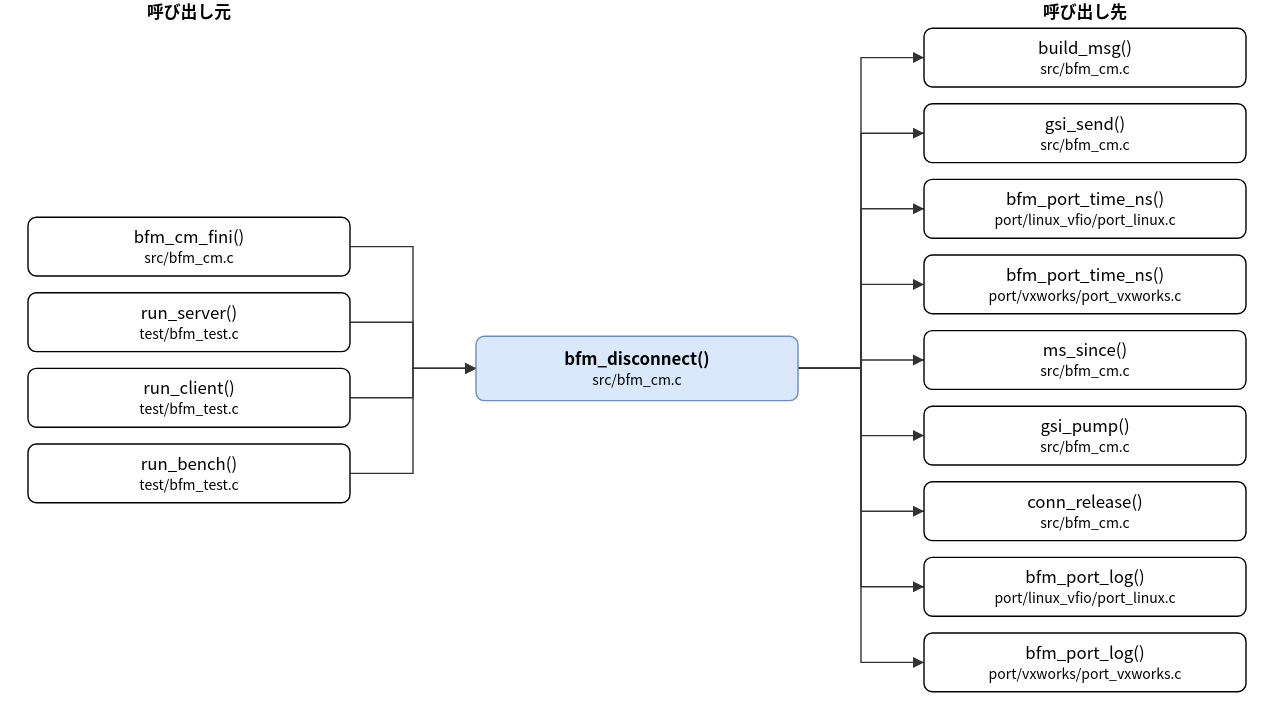
Before: doc/spec/images/call_src_bfm_cm-bfm_disconnect.drawio.svg, a diagram exported from draw.io (hf355051012-ai/bfmem). Source tidied: cells renumbered, new cells last; positions are measured from the earlier drawing's top-left corner, leaving out a move shared by most shapes.
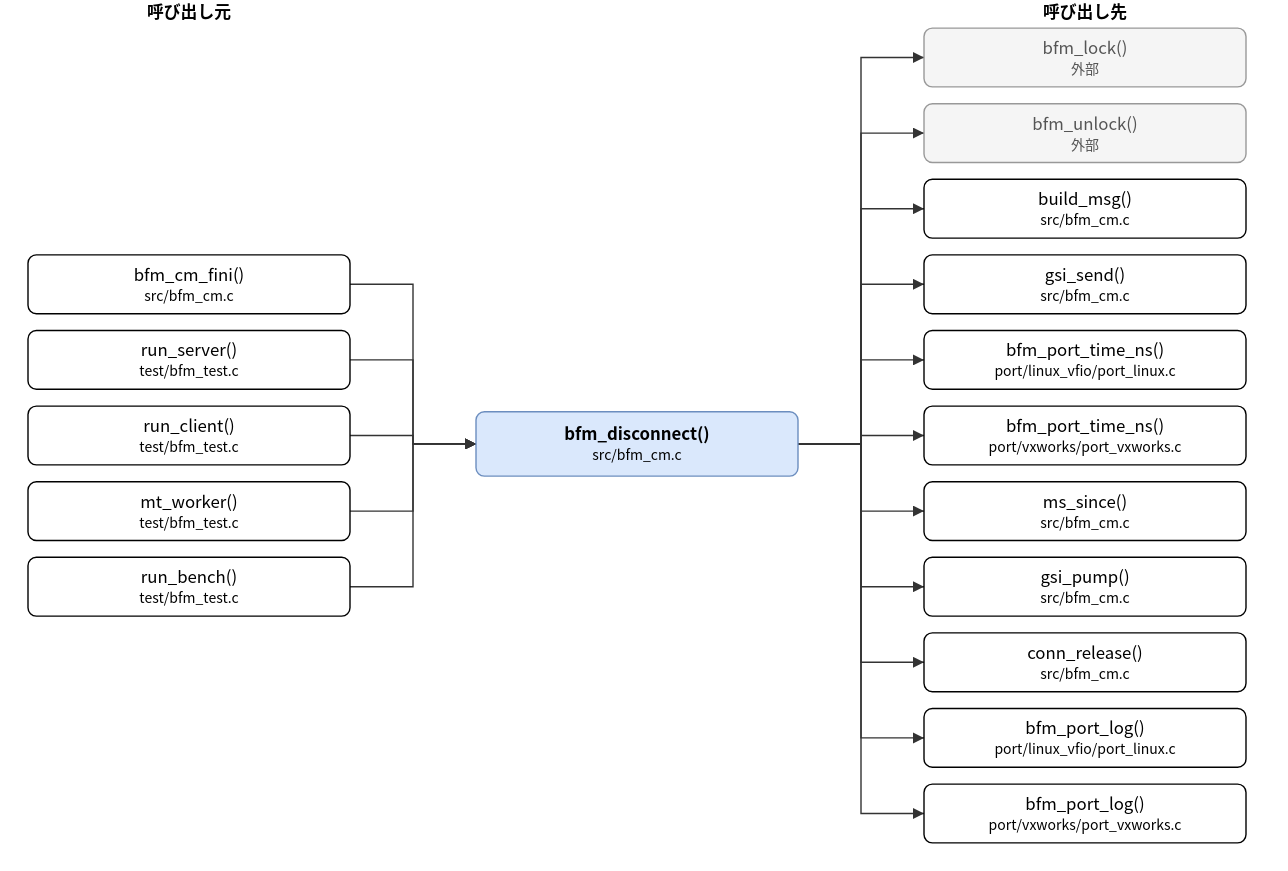
The same diagram one commit later.

The edit, as a diff of the source:
```diff
@@ -3,151 +3,184 @@
     <mxCell id="0" />
     <mxCell id="1" parent="0" />
     <mxCell id="2" value="bfm_disconnect()&lt;br&gt;&lt;font style=&quot;font-size:10px&quot;&gt;src/bfm_cm.c&lt;/font&gt;" style="rounded=1;whiteSpace=wrap;html=1;fillColor=#dae8fc;strokeColor=#6c8ebf;fontStyle=1;" parent="1" vertex="1">
-      <mxGeometry x="320" y="240" width="230" height="46" as="geometry" />
+      <mxGeometry x="320" y="294" width="230" height="46" as="geometry" />
     </mxCell>
     <mxCell id="3" value="bfm_cm_fini()&lt;br&gt;&lt;font style=&quot;font-size:10px&quot;&gt;src/bfm_cm.c&lt;/font&gt;" style="rounded=1;whiteSpace=wrap;html=1;" parent="1" vertex="1">
-      <mxGeometry y="155" width="230" height="42" as="geometry" />
+      <mxGeometry y="182" width="230" height="42" as="geometry" />
     </mxCell>
     <mxCell id="4" value="run_server()&lt;br&gt;&lt;font style=&quot;font-size:10px&quot;&gt;test/bfm_test.c&lt;/font&gt;" style="rounded=1;whiteSpace=wrap;html=1;" parent="1" vertex="1">
-      <mxGeometry y="209" width="230" height="42" as="geometry" />
+      <mxGeometry y="236" width="230" height="42" as="geometry" />
     </mxCell>
     <mxCell id="5" value="run_client()&lt;br&gt;&lt;font style=&quot;font-size:10px&quot;&gt;test/bfm_test.c&lt;/font&gt;" style="rounded=1;whiteSpace=wrap;html=1;" parent="1" vertex="1">
-      <mxGeometry y="263" width="230" height="42" as="geometry" />
+      <mxGeometry y="290" width="230" height="42" as="geometry" />
     </mxCell>
-    <mxCell id="6" value="run_bench()&lt;br&gt;&lt;font style=&quot;font-size:10px&quot;&gt;test/bfm_test.c&lt;/font&gt;" style="rounded=1;whiteSpace=wrap;html=1;" parent="1" vertex="1">
-      <mxGeometry y="317" width="230" height="42" as="geometry" />
+    <mxCell id="6" value="mt_worker()&lt;br&gt;&lt;font style=&quot;font-size:10px&quot;&gt;test/bfm_test.c&lt;/font&gt;" style="rounded=1;whiteSpace=wrap;html=1;" parent="1" vertex="1">
+      <mxGeometry y="344" width="230" height="42" as="geometry" />
     </mxCell>
+    <mxCell id="31" value="run_bench()&lt;br&gt;&lt;font style=&quot;font-size:10px&quot;&gt;test/bfm_test.c&lt;/font&gt;" style="rounded=1;whiteSpace=wrap;html=1;" parent="1" vertex="1">
+      <mxGeometry y="398" width="230" height="42" as="geometry" />
+    </mxCell>
-    <mxCell id="7" value="build_msg()&lt;br&gt;&lt;font style=&quot;font-size:10px&quot;&gt;src/bfm_cm.c&lt;/font&gt;" style="rounded=1;whiteSpace=wrap;html=1;" parent="1" vertex="1">
+    <mxCell id="7" value="bfm_lock()&lt;br&gt;&lt;font style=&quot;font-size:10px&quot;&gt;外部&lt;/font&gt;" style="rounded=1;whiteSpace=wrap;html=1;fillColor=#f5f5f5;strokeColor=#999999;fontColor=#555555;" parent="1" vertex="1">
       <mxGeometry x="640" y="20" width="230" height="42" as="geometry" />
     </mxCell>
-    <mxCell id="8" value="gsi_send()&lt;br&gt;&lt;font style=&quot;font-size:10px&quot;&gt;src/bfm_cm.c&lt;/font&gt;" style="rounded=1;whiteSpace=wrap;html=1;" parent="1" vertex="1">
+    <mxCell id="8" value="bfm_unlock()&lt;br&gt;&lt;font style=&quot;font-size:10px&quot;&gt;外部&lt;/font&gt;" style="rounded=1;whiteSpace=wrap;html=1;fillColor=#f5f5f5;strokeColor=#999999;fontColor=#555555;" parent="1" vertex="1">
       <mxGeometry x="640" y="74" width="230" height="42" as="geometry" />
     </mxCell>
-    <mxCell id="9" value="bfm_port_time_ns()&lt;br&gt;&lt;font style=&quot;font-size:10px&quot;&gt;port/linux_vfio/port_linux.c&lt;/font&gt;" style="rounded=1;whiteSpace=wrap;html=1;" parent="1" vertex="1">
+    <mxCell id="9" value="build_msg()&lt;br&gt;&lt;font style=&quot;font-size:10px&quot;&gt;src/bfm_cm.c&lt;/font&gt;" style="rounded=1;whiteSpace=wrap;html=1;" parent="1" vertex="1">
       <mxGeometry x="640" y="128" width="230" height="42" as="geometry" />
     </mxCell>
-    <mxCell id="10" value="bfm_port_time_ns()&lt;br&gt;&lt;font style=&quot;font-size:10px&quot;&gt;port/vxworks/port_vxworks.c&lt;/font&gt;" style="rounded=1;whiteSpace=wrap;html=1;" parent="1" vertex="1">
+    <mxCell id="10" value="gsi_send()&lt;br&gt;&lt;font style=&quot;font-size:10px&quot;&gt;src/bfm_cm.c&lt;/font&gt;" style="rounded=1;whiteSpace=wrap;html=1;" parent="1" vertex="1">
       <mxGeometry x="640" y="182" width="230" height="42" as="geometry" />
     </mxCell>
-    <mxCell id="11" value="ms_since()&lt;br&gt;&lt;font style=&quot;font-size:10px&quot;&gt;src/bfm_cm.c&lt;/font&gt;" style="rounded=1;whiteSpace=wrap;html=1;" parent="1" vertex="1">
+    <mxCell id="11" value="bfm_port_time_ns()&lt;br&gt;&lt;font style=&quot;font-size:10px&quot;&gt;port/linux_vfio/port_linux.c&lt;/font&gt;" style="rounded=1;whiteSpace=wrap;html=1;" parent="1" vertex="1">
       <mxGeometry x="640" y="236" width="230" height="42" as="geometry" />
     </mxCell>
-    <mxCell id="12" value="gsi_pump()&lt;br&gt;&lt;font style=&quot;font-size:10px&quot;&gt;src/bfm_cm.c&lt;/font&gt;" style="rounded=1;whiteSpace=wrap;html=1;" parent="1" vertex="1">
+    <mxCell id="12" value="bfm_port_time_ns()&lt;br&gt;&lt;font style=&quot;font-size:10px&quot;&gt;port/vxworks/port_vxworks.c&lt;/font&gt;" style="rounded=1;whiteSpace=wrap;html=1;" parent="1" vertex="1">
       <mxGeometry x="640" y="290" width="230" height="42" as="geometry" />
     </mxCell>
-    <mxCell id="13" value="conn_release()&lt;br&gt;&lt;font style=&quot;font-size:10px&quot;&gt;src/bfm_cm.c&lt;/font&gt;" style="rounded=1;whiteSpace=wrap;html=1;" parent="1" vertex="1">
+    <mxCell id="13" value="ms_since()&lt;br&gt;&lt;font style=&quot;font-size:10px&quot;&gt;src/bfm_cm.c&lt;/font&gt;" style="rounded=1;whiteSpace=wrap;html=1;" parent="1" vertex="1">
       <mxGeometry x="640" y="344" width="230" height="42" as="geometry" />
     </mxCell>
-    <mxCell id="14" value="bfm_port_log()&lt;br&gt;&lt;font style=&quot;font-size:10px&quot;&gt;port/linux_vfio/port_linux.c&lt;/font&gt;" style="rounded=1;whiteSpace=wrap;html=1;" parent="1" vertex="1">
+    <mxCell id="14" value="gsi_pump()&lt;br&gt;&lt;font style=&quot;font-size:10px&quot;&gt;src/bfm_cm.c&lt;/font&gt;" style="rounded=1;whiteSpace=wrap;html=1;" parent="1" vertex="1">
       <mxGeometry x="640" y="398" width="230" height="42" as="geometry" />
     </mxCell>
-    <mxCell id="15" value="bfm_port_log()&lt;br&gt;&lt;font style=&quot;font-size:10px&quot;&gt;port/vxworks/port_vxworks.c&lt;/font&gt;" style="rounded=1;whiteSpace=wrap;html=1;" parent="1" vertex="1">
+    <mxCell id="15" value="conn_release()&lt;br&gt;&lt;font style=&quot;font-size:10px&quot;&gt;src/bfm_cm.c&lt;/font&gt;" style="rounded=1;whiteSpace=wrap;html=1;" parent="1" vertex="1">
       <mxGeometry x="640" y="452" width="230" height="42" as="geometry" />
     </mxCell>
+    <mxCell id="32" value="bfm_port_log()&lt;br&gt;&lt;font style=&quot;font-size:10px&quot;&gt;port/linux_vfio/port_linux.c&lt;/font&gt;" style="rounded=1;whiteSpace=wrap;html=1;" parent="1" vertex="1">
+      <mxGeometry x="640" y="506" width="230" height="42" as="geometry" />
+    </mxCell>
+    <mxCell id="33" value="bfm_port_log()&lt;br&gt;&lt;font style=&quot;font-size:10px&quot;&gt;port/vxworks/port_vxworks.c&lt;/font&gt;" style="rounded=1;whiteSpace=wrap;html=1;" parent="1" vertex="1">
+      <mxGeometry x="640" y="560" width="230" height="42" as="geometry" />
+    </mxCell>
     <mxCell id="16" style="edgeStyle=none;html=1;rounded=0;endArrow=block;endFill=1;exitX=1.0000;exitY=0.5000;exitDx=0;exitDy=0;exitPerimeter=0;entryX=0.0000;entryY=0.5000;entryDx=0;entryDy=0;entryPerimeter=0;" parent="1" edge="1" source="3" target="2">
       <mxGeometry relative="1" as="geometry">
         <Array as="points">
-          <mxPoint x="275" y="176" />
-          <mxPoint x="275" y="263" />
+          <mxPoint x="275" y="203" />
+          <mxPoint x="275" y="317" />
         </Array>
       </mxGeometry>
     </mxCell>
     <mxCell id="17" style="edgeStyle=none;html=1;rounded=0;endArrow=block;endFill=1;exitX=1.0000;exitY=0.5000;exitDx=0;exitDy=0;exitPerimeter=0;entryX=0.0000;entryY=0.5000;entryDx=0;entryDy=0;entryPerimeter=0;" parent="1" edge="1" source="4" target="2">
       <mxGeometry relative="1" as="geometry">
         <Array as="points">
-          <mxPoint x="275" y="230" />
-          <mxPoint x="275" y="263" />
+          <mxPoint x="275" y="257" />
+          <mxPoint x="275" y="317" />
         </Array>
       </mxGeometry>
     </mxCell>
     <mxCell id="18" style="edgeStyle=none;html=1;rounded=0;endArrow=block;endFill=1;exitX=1.0000;exitY=0.5000;exitDx=0;exitDy=0;exitPerimeter=0;entryX=0.0000;entryY=0.5000;entryDx=0;entryDy=0;entryPerimeter=0;" parent="1" edge="1" source="5" target="2">
       <mxGeometry relative="1" as="geometry">
         <Array as="points">
-          <mxPoint x="275" y="284" />
-          <mxPoint x="275" y="263" />
+          <mxPoint x="275" y="311" />
+          <mxPoint x="275" y="317" />
         </Array>
       </mxGeometry>
     </mxCell>
     <mxCell id="19" style="edgeStyle=none;html=1;rounded=0;endArrow=block;endFill=1;exitX=1.0000;exitY=0.5000;exitDx=0;exitDy=0;exitPerimeter=0;entryX=0.0000;entryY=0.5000;entryDx=0;entryDy=0;entryPerimeter=0;" parent="1" edge="1" source="6" target="2">
       <mxGeometry relative="1" as="geometry">
         <Array as="points">
-          <mxPoint x="275" y="338" />
-          <mxPoint x="275" y="263" />
+          <mxPoint x="275" y="365" />
+          <mxPoint x="275" y="317" />
         </Array>
       </mxGeometry>
     </mxCell>
-    <mxCell id="20" style="edgeStyle=none;html=1;rounded=0;endArrow=block;endFill=1;exitX=1.0000;exitY=0.5000;exitDx=0;exitDy=0;exitPerimeter=0;entryX=0.0000;entryY=0.5000;entryDx=0;entryDy=0;entryPerimeter=0;" parent="1" edge="1" source="2" target="7">
+    <mxCell id="20" style="edgeStyle=none;html=1;rounded=0;endArrow=block;endFill=1;exitX=1.0000;exitY=0.5000;exitDx=0;exitDy=0;exitPerimeter=0;entryX=0.0000;entryY=0.5000;entryDx=0;entryDy=0;entryPerimeter=0;" parent="1" edge="1" source="31" target="2">
       <mxGeometry relative="1" as="geometry">
         <Array as="points">
-          <mxPoint x="595" y="263" />
-          <mxPoint x="595" y="41" />
+          <mxPoint x="275" y="419" />
+          <mxPoint x="275" y="317" />
         </Array>
       </mxGeometry>
     </mxCell>
-    <mxCell id="21" style="edgeStyle=none;html=1;rounded=0;endArrow=block;endFill=1;exitX=1.0000;exitY=0.5000;exitDx=0;exitDy=0;exitPerimeter=0;entryX=0.0000;entryY=0.5000;entryDx=0;entryDy=0;entryPerimeter=0;" parent="1" edge="1" source="2" target="8">
+    <mxCell id="21" style="edgeStyle=none;html=1;rounded=0;endArrow=block;endFill=1;exitX=1.0000;exitY=0.5000;exitDx=0;exitDy=0;exitPerimeter=0;entryX=0.0000;entryY=0.5000;entryDx=0;entryDy=0;entryPerimeter=0;" parent="1" edge="1" source="2" target="7">
       <mxGeometry relative="1" as="geometry">
         <Array as="points">
-          <mxPoint x="595" y="263" />
-          <mxPoint x="595" y="95" />
+          <mxPoint x="595" y="317" />
+          <mxPoint x="595" y="41" />
         </Array>
       </mxGeometry>
     </mxCell>
-    <mxCell id="22" style="edgeStyle=none;html=1;rounded=0;endArrow=block;endFill=1;exitX=1.0000;exitY=0.5000;exitDx=0;exitDy=0;exitPerimeter=0;entryX=0.0000;entryY=0.5000;entryDx=0;entryDy=0;entryPerimeter=0;" parent="1" edge="1" source="2" target="9">
+    <mxCell id="22" style="edgeStyle=none;html=1;rounded=0;endArrow=block;endFill=1;exitX=1.0000;exitY=0.5000;exitDx=0;exitDy=0;exitPerimeter=0;entryX=0.0000;entryY=0.5000;entryDx=0;entryDy=0;entryPerimeter=0;" parent="1" edge="1" source="2" target="8">
       <mxGeometry relative="1" as="geometry">
         <Array as="points">
-          <mxPoint x="595" y="263" />
-          <mxPoint x="595" y="149" />
+          <mxPoint x="595" y="317" />
+          <mxPoint x="595" y="95" />
         </Array>
       </mxGeometry>
     </mxCell>
-    <mxCell id="23" style="edgeStyle=none;html=1;rounded=0;endArrow=block;endFill=1;exitX=1.0000;exitY=0.5000;exitDx=0;exitDy=0;exitPerimeter=0;entryX=0.0000;entryY=0.5000;entryDx=0;entryDy=0;entryPerimeter=0;" parent="1" edge="1" source="2" target="10">
+    <mxCell id="23" style="edgeStyle=none;html=1;rounded=0;endArrow=block;endFill=1;exitX=1.0000;exitY=0.5000;exitDx=0;exitDy=0;exitPerimeter=0;entryX=0.0000;entryY=0.5000;entryDx=0;entryDy=0;entryPerimeter=0;" parent="1" edge="1" source="2" target="9">
       <mxGeometry relative="1" as="geometry">
         <Array as="points">
-          <mxPoint x="595" y="263" />
-          <mxPoint x="595" y="203" />
+          <mxPoint x="595" y="317" />
+          <mxPoint x="595" y="149" />
         </Array>
       </mxGeometry>
     </mxCell>
-    <mxCell id="24" style="edgeStyle=none;html=1;rounded=0;endArrow=block;endFill=1;exitX=1.0000;exitY=0.5000;exitDx=0;exitDy=0;exitPerimeter=0;entryX=0.0000;entryY=0.5000;entryDx=0;entryDy=0;entryPerimeter=0;" parent="1" edge="1" source="2" target="11">
+    <mxCell id="24" style="edgeStyle=none;html=1;rounded=0;endArrow=block;endFill=1;exitX=1.0000;exitY=0.5000;exitDx=0;exitDy=0;exitPerimeter=0;entryX=0.0000;entryY=0.5000;entryDx=0;entryDy=0;entryPerimeter=0;" parent="1" edge="1" source="2" target="10">
       <mxGeometry relative="1" as="geometry">
         <Array as="points">
-          <mxPoint x="595" y="263" />
-          <mxPoint x="595" y="257" />
+          <mxPoint x="595" y="317" />
+          <mxPoint x="595" y="203" />
         </Array>
       </mxGeometry>
     </mxCell>
-    <mxCell id="25" style="edgeStyle=none;html=1;rounded=0;endArrow=block;endFill=1;exitX=1.0000;exitY=0.5000;exitDx=0;exitDy=0;exitPerimeter=0;entryX=0.0000;entryY=0.5000;entryDx=0;entryDy=0;entryPerimeter=0;" parent="1" edge="1" source="2" target="12">
+    <mxCell id="25" style="edgeStyle=none;html=1;rounded=0;endArrow=block;endFill=1;exitX=1.0000;exitY=0.5000;exitDx=0;exitDy=0;exitPerimeter=0;entryX=0.0000;entryY=0.5000;entryDx=0;entryDy=0;entryPerimeter=0;" parent="1" edge="1" source="2" target="11">
       <mxGeometry relative="1" as="geometry">
         <Array as="points">
-          <mxPoint x="595" y="263" />
-          <mxPoint x="595" y="311" />
+          <mxPoint x="595" y="317" />
+          <mxPoint x="595" y="257" />
         </Array>
       </mxGeometry>
     </mxCell>
-    <mxCell id="26" style="edgeStyle=none;html=1;rounded=0;endArrow=block;endFill=1;exitX=1.0000;exitY=0.5000;exitDx=0;exitDy=0;exitPerimeter=0;entryX=0.0000;entryY=0.5000;entryDx=0;entryDy=0;entryPerimeter=0;" parent="1" edge="1" source="2" target="13">
+    <mxCell id="26" style="edgeStyle=none;html=1;rounded=0;endArrow=block;endFill=1;exitX=1.0000;exitY=0.5000;exitDx=0;exitDy=0;exitPerimeter=0;entryX=0.0000;entryY=0.5000;entryDx=0;entryDy=0;entryPerimeter=0;" parent="1" edge="1" source="2" target="12">
       <mxGeometry relative="1" as="geometry">
         <Array as="points">
-          <mxPoint x="595" y="263" />
-          <mxPoint x="595" y="365" />
+          <mxPoint x="595" y="317" />
+          <mxPoint x="595" y="311" />
         </Array>
       </mxGeometry>
     </mxCell>
-    <mxCell id="27" style="edgeStyle=none;html=1;rounded=0;endArrow=block;endFill=1;exitX=1.0000;exitY=0.5000;exitDx=0;exitDy=0;exitPerimeter=0;entryX=0.0000;entryY=0.5000;entryDx=0;entryDy=0;entryPerimeter=0;" parent="1" edge="1" source="2" target="14">
+    <mxCell id="27" style="edgeStyle=none;html=1;rounded=0;endArrow=block;endFill=1;exitX=1.0000;exitY=0.5000;exitDx=0;exitDy=0;exitPerimeter=0;entryX=0.0000;entryY=0.5000;entryDx=0;entryDy=0;entryPerimeter=0;" parent="1" edge="1" source="2" target="13">
       <mxGeometry relative="1" as="geometry">
         <Array as="points">
-          <mxPoint x="595" y="263" />
-          <mxPoint x="595" y="419" />
+          <mxPoint x="595" y="317" />
+          <mxPoint x="595" y="365" />
         </Array>
       </mxGeometry>
     </mxCell>
-    <mxCell id="28" style="edgeStyle=none;html=1;rounded=0;endArrow=block;endFill=1;exitX=1.0000;exitY=0.5000;exitDx=0;exitDy=0;exitPerimeter=0;entryX=0.0000;entryY=0.5000;entryDx=0;entryDy=0;entryPerimeter=0;" parent="1" edge="1" source="2" target="15">
+    <mxCell id="28" style="edgeStyle=none;html=1;rounded=0;endArrow=block;endFill=1;exitX=1.0000;exitY=0.5000;exitDx=0;exitDy=0;exitPerimeter=0;entryX=0.0000;entryY=0.5000;entryDx=0;entryDy=0;entryPerimeter=0;" parent="1" edge="1" source="2" target="14">
       <mxGeometry relative="1" as="geometry">
         <Array as="points">
-          <mxPoint x="595" y="263" />
-          <mxPoint x="595" y="473" />
+          <mxPoint x="595" y="317" />
+          <mxPoint x="595" y="419" />
         </Array>
       </mxGeometry>
     </mxCell>
+    <mxCell id="34" style="edgeStyle=none;html=1;rounded=0;endArrow=block;endFill=1;exitX=1.0000;exitY=0.5000;exitDx=0;exitDy=0;exitPerimeter=0;entryX=0.0000;entryY=0.5000;entryDx=0;entryDy=0;entryPerimeter=0;" parent="1" edge="1" source="2" target="15">
+      <mxGeometry relative="1" as="geometry">
+        <Array as="points">
+          <mxPoint x="595" y="317" />
+          <mxPoint x="595" y="473" />
+        </Array>
+      </mxGeometry>
+    </mxCell>
+    <mxCell id="35" style="edgeStyle=none;html=1;rounded=0;endArrow=block;endFill=1;exitX=1.0000;exitY=0.5000;exitDx=0;exitDy=0;exitPerimeter=0;entryX=0.0000;entryY=0.5000;entryDx=0;entryDy=0;entryPerimeter=0;" parent="1" edge="1" source="2" target="32">
+      <mxGeometry relative="1" as="geometry">
+        <Array as="points">
+          <mxPoint x="595" y="317" />
+          <mxPoint x="595" y="527" />
+        </Array>
+      </mxGeometry>
+    </mxCell>
+    <mxCell id="36" style="edgeStyle=none;html=1;rounded=0;endArrow=block;endFill=1;exitX=1.0000;exitY=0.5000;exitDx=0;exitDy=0;exitPerimeter=0;entryX=0.0000;entryY=0.5000;entryDx=0;entryDy=0;entryPerimeter=0;" parent="1" edge="1" source="2" target="33">
+      <mxGeometry relative="1" as="geometry">
+        <Array as="points">
+          <mxPoint x="595" y="317" />
+          <mxPoint x="595" y="581" />
+        </Array>
+      </mxGeometry>
+    </mxCell>
     <mxCell id="29" value="呼び出し元" style="text;html=1;align=center;fontStyle=1;" parent="1" vertex="1">
       <mxGeometry x="35" width="160" height="18" as="geometry" />
     </mxCell>
```
